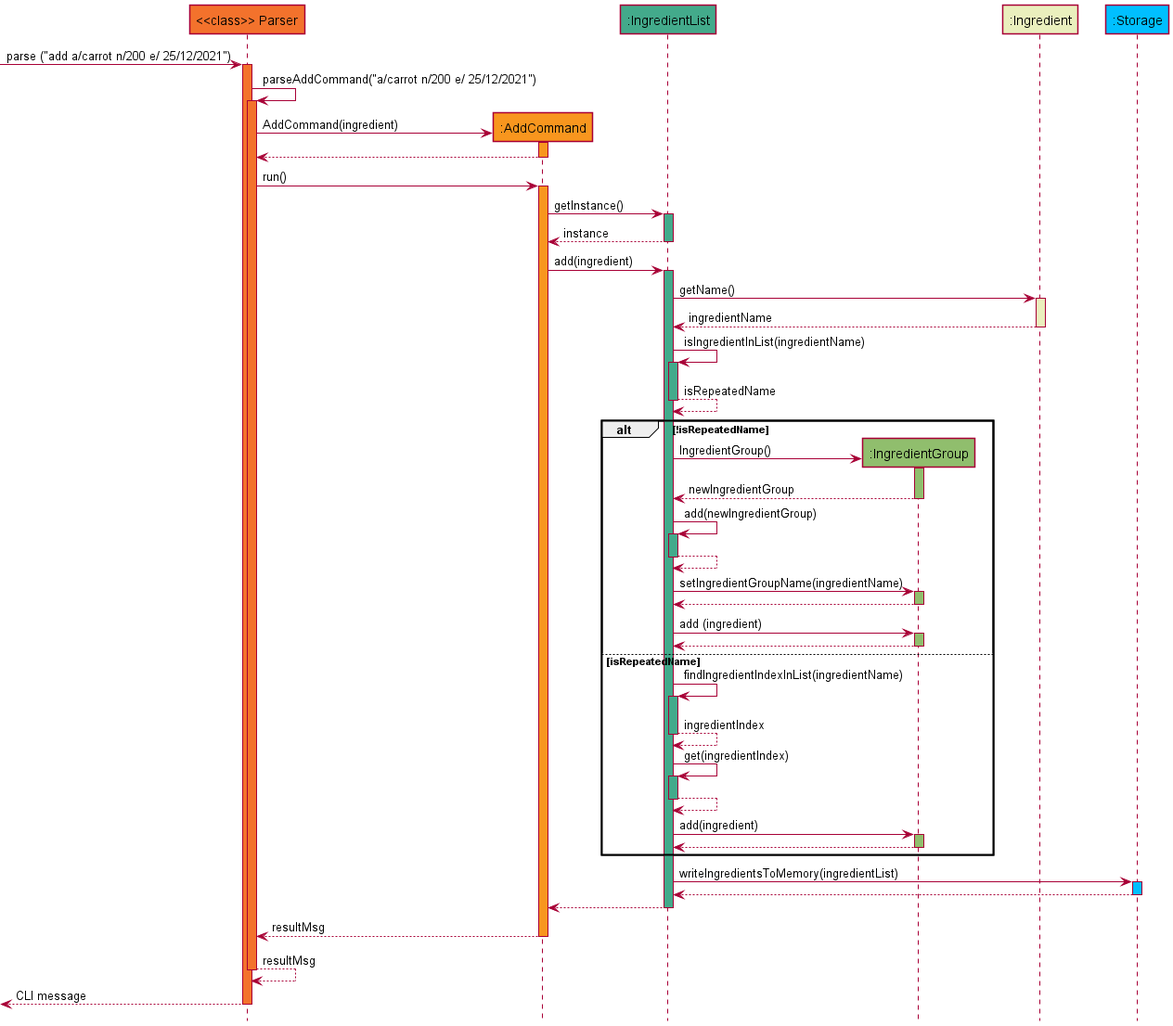
Earlier version of the PlantUML export docs/images/AddSequenceDiagram.png (nus-cs2113-AY2122S1/tp). Its diagram source:
```plantuml
@startuml
!include style.puml


Participant "<<class>> Parser" as parser PARSER_COLOUR
Participant ":AddCommand" as add COMMAND_COLOUR
Participant ":IngredientList" as ingredient_list INGREDIENTLIST_COLOUR
Participant ":IngredientGroup" as ingredient_group INGREDIENTGROUP_COLOUR
Participant ":Ingredient" as ingredientClass INGREDIENT_COLOUR
Participant ":Storage" as storage STORAGE_COLOUR


-> parser: parse ("add a/carrot n/200 e/ 25/12/2021")
activate parser PARSER_COLOUR

parser -> parser : parseAddCommand("a/carrot n/200 e/ 25/12/2021")
activate parser PARSER_COLOUR

parser -> add **: AddCommand(ingredient)
activate add COMMAND_COLOUR
return

parser -> add : run()
activate add COMMAND_COLOUR

add -> ingredient_list : getInstance()
activate ingredient_list INGREDIENTLIST_COLOUR
return instance

add -> ingredient_list : add(ingredient)
activate ingredient_list INGREDIENTLIST_COLOUR

ingredient_list -> ingredientClass : getName()
activate ingredientClass INGREDIENT_COLOUR
return ingredientName

ingredient_list -> ingredient_list : isIngredientInList(ingredientName)
activate ingredient_list INGREDIENTLIST_COLOUR
return isRepeatedName

alt !isRepeatedName
    ingredient_list -> ingredient_group **: IngredientGroup()
    activate ingredient_group INGREDIENTGROUP_COLOUR
    return newIngredientGroup

    ingredient_list -> ingredient_list : add(newIngredientGroup)
    activate ingredient_list INGREDIENTLIST_COLOUR
    return

    ingredient_list -> ingredient_group : setIngredientGroupName(ingredientName)
    activate ingredient_group INGREDIENTGROUP_COLOUR
    return

    ingredient_list -> ingredient_group : add (ingredient)
    activate ingredient_group INGREDIENTGROUP_COLOUR
    return


    else isRepeatedName
    ingredient_list -> ingredient_list : findIngredientIndexInList(ingredientName)
        activate ingredient_list INGREDIENTLIST_COLOUR
        return ingredientIndex

        ingredient_list -> ingredient_list : get(ingredientIndex)
        activate ingredient_list INGREDIENTLIST_COLOUR
        return
        ingredient_list -> ingredient_group : add(ingredient)
        activate ingredient_group INGREDIENTGROUP_COLOUR
        return
end

ingredient_list -> storage : writeIngredientsToMemory(ingredientList)
activate storage STORAGE_COLOUR
return

return

return resultMsg
return resultMsg
return CLI message

@enduml
```
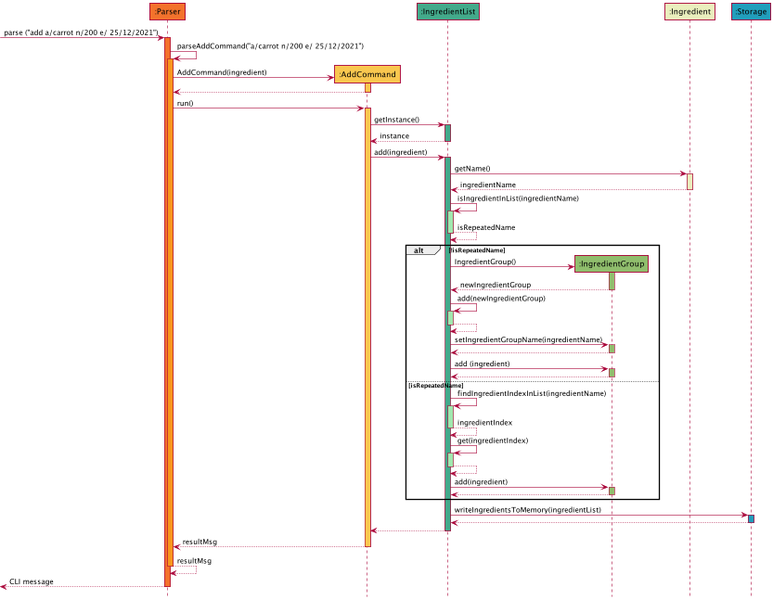
After the change.

The edit, as a diff of the source:
```diff
@@ -2,7 +2,7 @@
 !include style.puml
 
 
-Participant "<<class>> Parser" as parser PARSER_COLOUR
+Participant ":Parser" as parser PARSER_COLOUR
 Participant ":AddCommand" as add COMMAND_COLOUR
 Participant ":IngredientList" as ingredient_list INGREDIENTLIST_COLOUR
 Participant ":IngredientGroup" as ingredient_group INGREDIENTGROUP_COLOUR
@@ -14,7 +14,7 @@
 activate parser PARSER_COLOUR
 
 parser -> parser : parseAddCommand("a/carrot n/200 e/ 25/12/2021")
-activate parser PARSER_COLOUR
+activate parser PARSER_COLOUR_S1
 
 parser -> add **: AddCommand(ingredient)
 activate add COMMAND_COLOUR
@@ -35,7 +35,7 @@
 return ingredientName
 
 ingredient_list -> ingredient_list : isIngredientInList(ingredientName)
-activate ingredient_list INGREDIENTLIST_COLOUR
+activate ingredient_list INGREDIENTLIST_COLOUR_S1
 return isRepeatedName
 
 alt !isRepeatedName
@@ -44,7 +44,7 @@
     return newIngredientGroup
 
     ingredient_list -> ingredient_list : add(newIngredientGroup)
-    activate ingredient_list INGREDIENTLIST_COLOUR
+    activate ingredient_list INGREDIENTLIST_COLOUR_S1
     return
 
     ingredient_list -> ingredient_group : setIngredientGroupName(ingredientName)
@@ -58,11 +58,11 @@
 
     else isRepeatedName
     ingredient_list -> ingredient_list : findIngredientIndexInList(ingredientName)
-        activate ingredient_list INGREDIENTLIST_COLOUR
+        activate ingredient_list INGREDIENTLIST_COLOUR_S1
         return ingredientIndex
 
         ingredient_list -> ingredient_list : get(ingredientIndex)
-        activate ingredient_list INGREDIENTLIST_COLOUR
+        activate ingredient_list INGREDIENTLIST_COLOUR_S1
         return
         ingredient_list -> ingredient_group : add(ingredient)
         activate ingredient_group INGREDIENTGROUP_COLOUR
```
